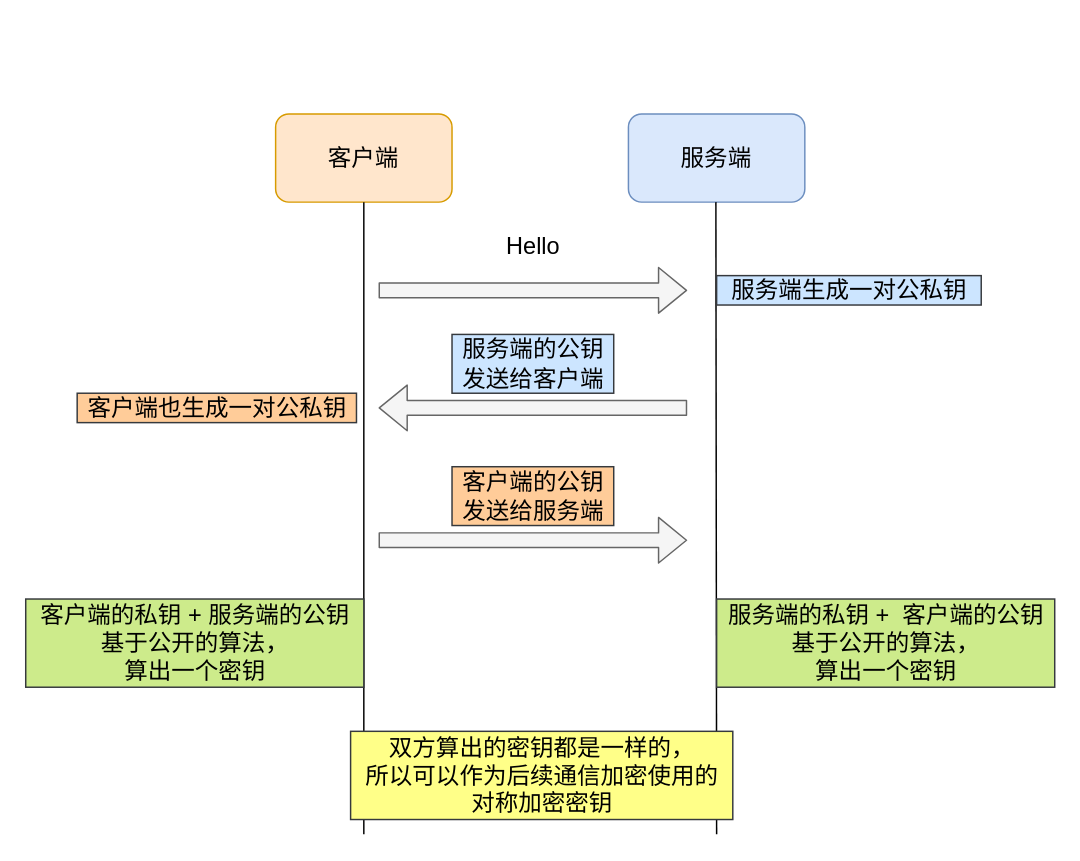
Before: 网络/https/dh.drawio in xiaolincoder/ImageHost4, a draw.io diagram. Source tidied: cells renumbered, new cells numbered last; positions are measured from the earlier drawing's top-left corner, leaving out a move shared by most shapes. Both pictures are drawn from the tidied source at 147%, with x=0, y=0 at pixel (25, 113).
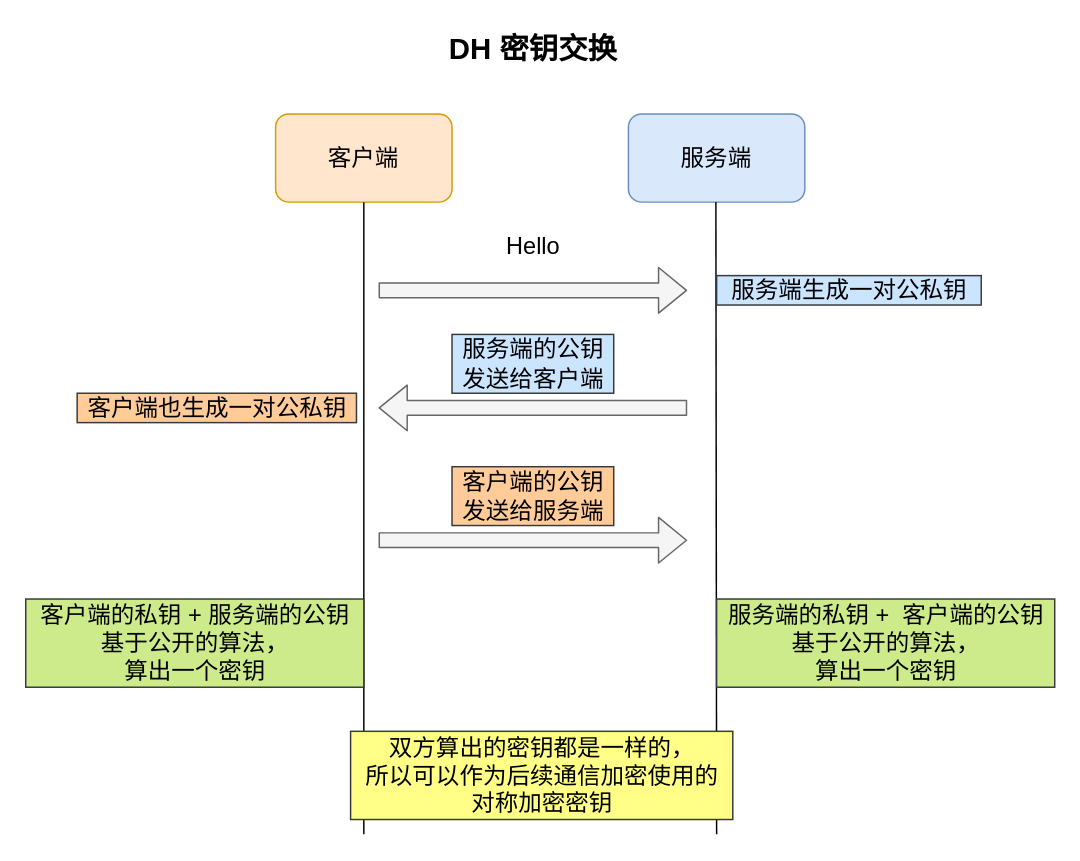
Above is the later version.

Diff of the diagram source:
```diff
@@
+    <mxCell id="17" value="DH 密钥交换" style="text;html=1;align=center;verticalAlign=middle;fontSize=20;fontStyle=1;" parent="1" vertex="1">
+      <mxGeometry x="280" y="-60" width="130" height="30" as="geometry" />
+    </mxCell>
```
